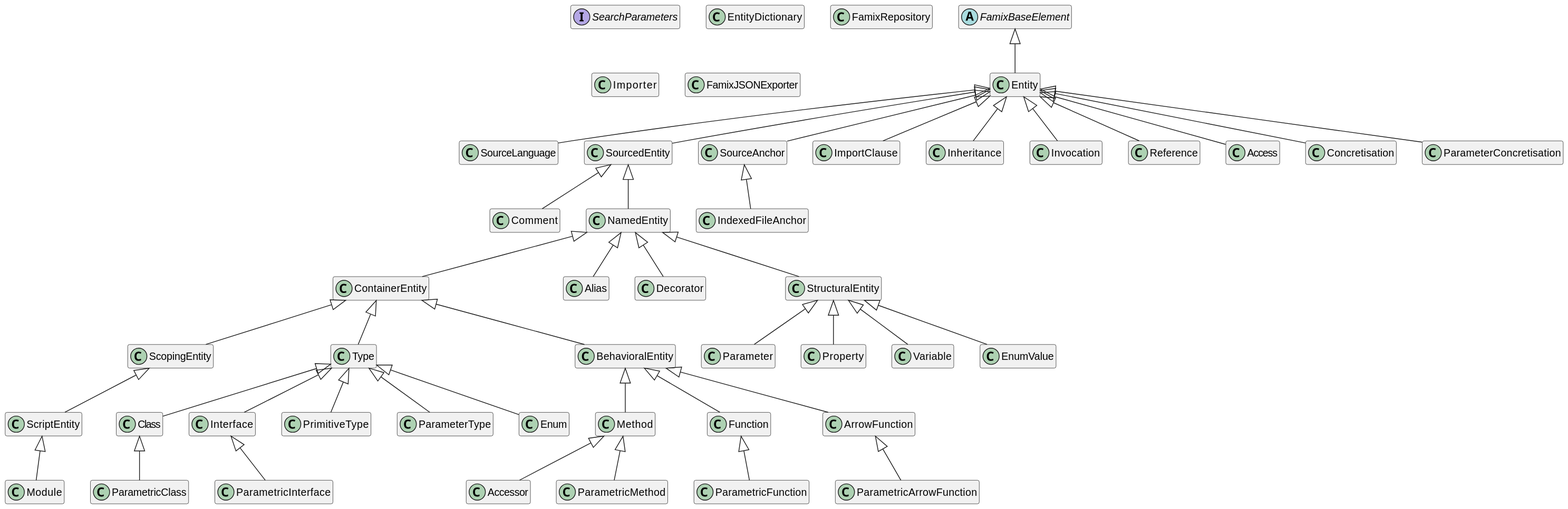
This is doc-uml/famix-typescript-model.svg from fuhrmanator/FamixTypeScriptImporter, a PlantUML export, as it was before one commit.
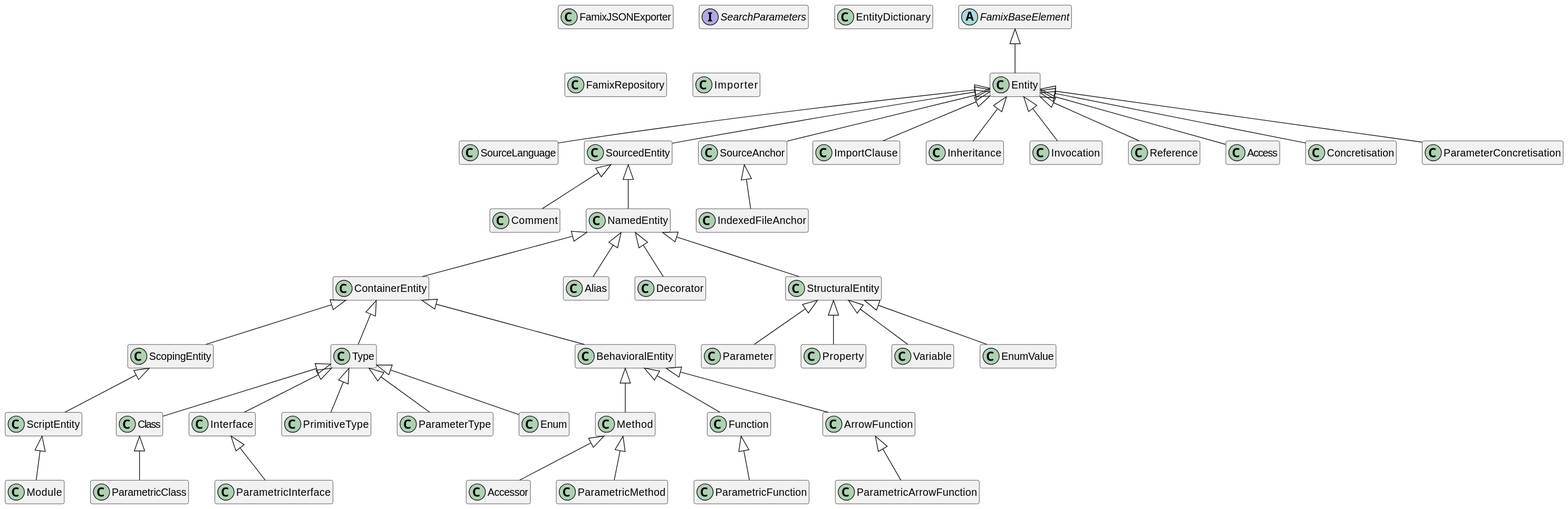
The same file after the commit.

Diff of the diagram source:
```diff
@@ -1,5 +1,12 @@
 @startuml
 hide members
+class FamixJSONExporter {
+    -element: FamixBaseElement
+    -bufferArray: any
+    -FamixPrefix: string
+    +addProperty(name: string, prop: unknown): void
+    +getJSON(): string
+}
 class Entity extends FamixBaseElement {
     +getJSON(): string
     +addPropertiesToExporter(exporter: FamixJSONExporter): void
@@ -599,11 +606,4 @@
     +{abstract} getJSON(): string
     +addPropertiesToExporter(exporter: FamixJSONExporter): void
 }
-class FamixJSONExporter {
-    -element: FamixBaseElement
-    -bufferArray: any
-    -FamixPrefix: string
-    +addProperty(name: string, prop: unknown): void
-    +getJSON(): string
-}
 @enduml
```
